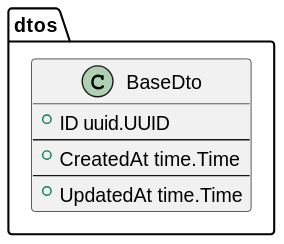
Earlier version of the PlantUML export docs/plantuml/dto/BaseDto.svg (lf-edge/rol). Source of this version:
```plantuml
@startuml BaseDto

package dtos {
    class BaseDto {
        +ID uuid.UUID
        --
        +CreatedAt time.Time
        --
        +UpdatedAt time.Time
    }
}

@enduml
```
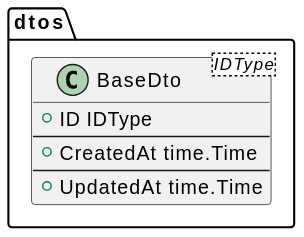
Later version of the same file.

Change to the diagram source:
```diff
@@ -1,8 +1,8 @@
 @startuml BaseDto
 
 package dtos {
-    class BaseDto {
-        +ID uuid.UUID
+    class BaseDto<IDType> {
+        +ID IDType
         --
         +CreatedAt time.Time
         --
```
